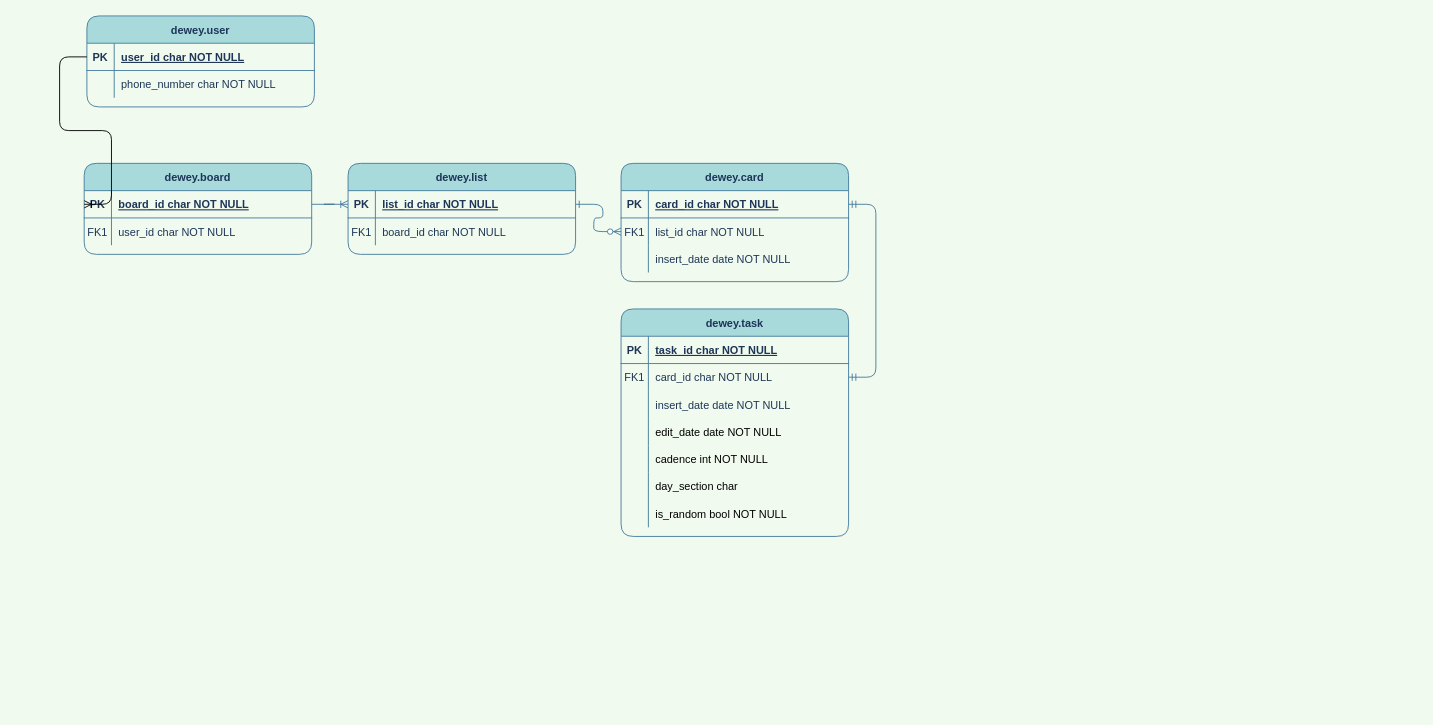
This is docs/dewey-db-schema.drawio from tmthyjames/dewey, a draw.io file, before an edit. Source tidied: cells renumbered, new cells numbered last; positions are measured from the earlier drawing's top-left corner, leaving out a move shared by most shapes. Both pictures are drawn from the tidied source at 91%, with x=0, y=0 at pixel (84, 15).
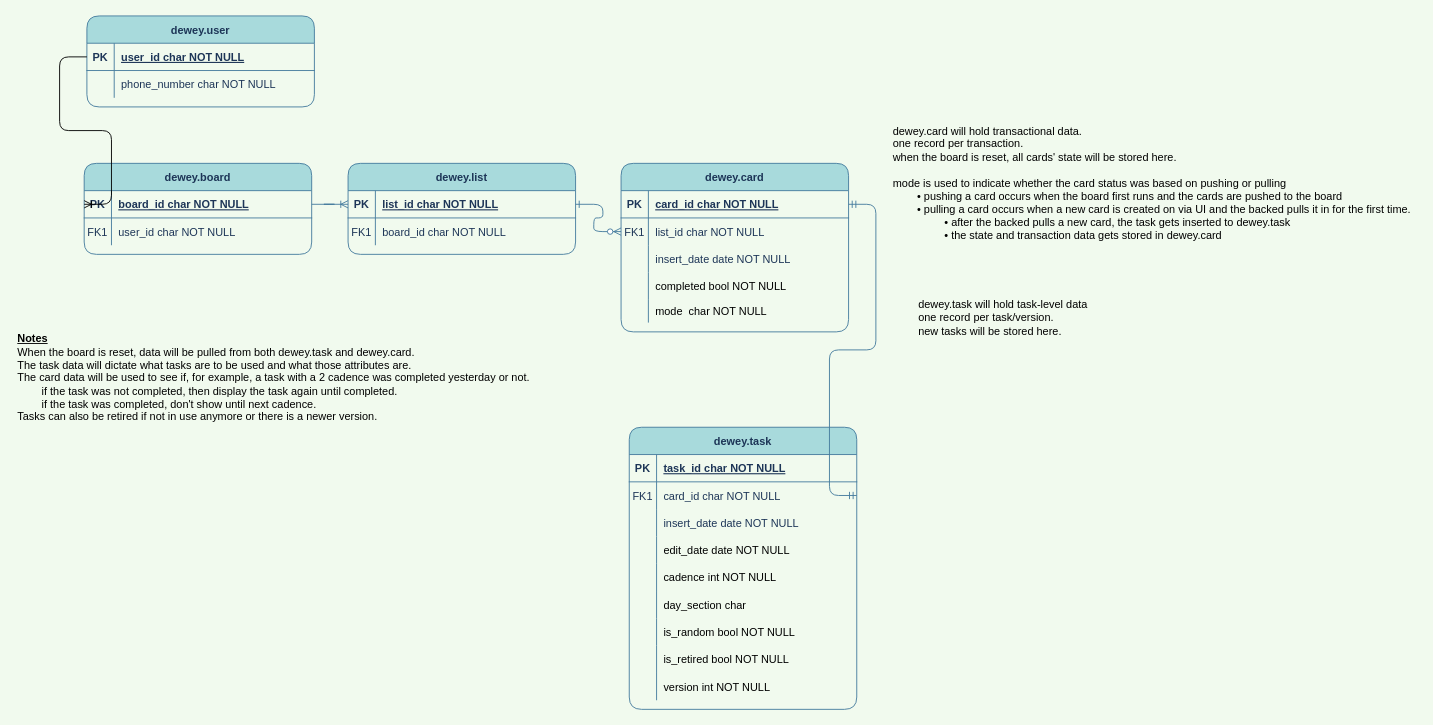
Above is the later version.

Commit message:
clean up code spacing, update db schema

The edit, as a diff of the source:
```diff
@@
     <mxCell id="3" value="dewey.card" style="shape=table;startSize=30;childLayout=tableLayout;rowLines=0;fontStyle=1;align=center;fillColor=#A8DADC;strokeColor=#457B9D;fontColor=#1D3557;rounded=1;" parent="1" vertex="1">
-      <mxGeometry x="590" y="162" width="250" height="130" as="geometry" />
+      <mxGeometry x="590" y="162" width="250" height="185.2" as="geometry" />
     </mxCell>
@@
+    <mxCell id="59" style="shape=partialRectangle;fillColor=none;top=0;left=0;bottom=0;right=0;" parent="3" vertex="1">
+      <mxGeometry y="120" width="250" height="30" as="geometry" />
+    </mxCell>
+    <mxCell id="60" style="shape=partialRectangle;fillColor=none;top=0;left=0;bottom=0;right=0;overflow=hidden;" parent="59" vertex="1">
+      <mxGeometry width="30" height="30" as="geometry" />
+    </mxCell>
+    <mxCell id="61" value="completed bool NOT NULL" style="shape=partialRectangle;fillColor=none;top=0;left=0;bottom=0;right=0;align=left;spacingLeft=6;overflow=hidden;" parent="59" vertex="1">
+      <mxGeometry x="30" width="220" height="30" as="geometry" />
+    </mxCell>
+    <mxCell id="62" style="shape=partialRectangle;fillColor=none;top=0;left=0;bottom=0;right=0;" parent="3" vertex="1">
+      <mxGeometry y="150" width="250" height="25" as="geometry" />
+    </mxCell>
+    <mxCell id="63" style="shape=partialRectangle;fillColor=none;top=0;left=0;bottom=0;right=0;overflow=hidden;" parent="62" vertex="1">
+      <mxGeometry width="30" height="25" as="geometry" />
+    </mxCell>
+    <mxCell id="64" value="mode  char NOT NULL" style="shape=partialRectangle;fillColor=none;top=0;left=0;bottom=0;right=0;align=left;spacingLeft=6;overflow=hidden;" parent="62" vertex="1">
+      <mxGeometry x="30" width="220" height="25" as="geometry" />
+    </mxCell>
     <mxCell id="13" value="dewey.task" style="shape=table;startSize=30;childLayout=tableLayout;rowLines=0;fontStyle=1;align=center;fillColor=#A8DADC;strokeColor=#457B9D;fontColor=#1D3557;rounded=1;" parent="1" vertex="1">
-      <mxGeometry x="590" y="322" width="250" height="250" as="geometry" />
+      <mxGeometry x="599" y="452" width="250" height="310" as="geometry" />
     </mxCell>
@@
+    <mxCell id="65" style="shape=partialRectangle;fillColor=none;top=0;left=0;bottom=0;right=0;" parent="13" vertex="1">
+      <mxGeometry y="240" width="250" height="30" as="geometry" />
+    </mxCell>
+    <mxCell id="66" style="shape=partialRectangle;fillColor=none;top=0;left=0;bottom=0;right=0;overflow=hidden;" parent="65" vertex="1">
+      <mxGeometry width="30" height="30" as="geometry" />
+    </mxCell>
+    <mxCell id="67" value="is_retired bool NOT NULL" style="shape=partialRectangle;fillColor=none;top=0;left=0;bottom=0;right=0;align=left;spacingLeft=6;overflow=hidden;" parent="65" vertex="1">
+      <mxGeometry x="30" width="220" height="30" as="geometry" />
+    </mxCell>
+    <mxCell id="68" style="shape=partialRectangle;fillColor=none;top=0;left=0;bottom=0;right=0;" parent="13" vertex="1">
+      <mxGeometry y="270" width="250" height="30" as="geometry" />
+    </mxCell>
+    <mxCell id="69" style="shape=partialRectangle;fillColor=none;top=0;left=0;bottom=0;right=0;overflow=hidden;" parent="68" vertex="1">
+      <mxGeometry width="30" height="30" as="geometry" />
+    </mxCell>
+    <mxCell id="70" value="version int NOT NULL" style="shape=partialRectangle;fillColor=none;top=0;left=0;bottom=0;right=0;align=left;spacingLeft=6;overflow=hidden;" parent="68" vertex="1">
+      <mxGeometry x="30" width="220" height="30" as="geometry" />
+    </mxCell>
@@
+    <mxCell id="71" value="dewey.card will hold transactional data.&lt;br&gt;one record per transaction.&lt;br&gt;when the board is reset, all cards' state will be stored here.&lt;br&gt;&lt;br&gt;mode is used to indicate whether the card status was based on pushing or pulling&lt;br&gt;&amp;nbsp; &amp;nbsp; &amp;nbsp; &amp;nbsp; • pushing a card occurs when the board first runs and the cards are pushed to the board&lt;br&gt;&amp;nbsp; &amp;nbsp; &amp;nbsp; &amp;nbsp; • pulling a card occurs when a new card is created on via UI and the backed pulls it in for the first time.&lt;br&gt;&amp;nbsp; &amp;nbsp; &amp;nbsp; &amp;nbsp; &amp;nbsp; &amp;nbsp; &amp;nbsp; &amp;nbsp; &amp;nbsp;• after the backed pulls a new card, the task gets inserted to dewey.task&lt;br&gt;&amp;nbsp; &amp;nbsp; &amp;nbsp; &amp;nbsp; &amp;nbsp; &amp;nbsp; &amp;nbsp; &amp;nbsp; &amp;nbsp;• the state and transaction data gets stored in dewey.card" style="text;html=1;align=left;verticalAlign=middle;" parent="1" vertex="1">
+      <mxGeometry x="887" y="121" width="579" height="126" as="geometry" />
+    </mxCell>
+    <mxCell id="72" value="dewey.task will hold task-level data&lt;br&gt;one record per task/version.&lt;br&gt;new tasks will be stored here.&amp;nbsp;" style="text;html=1;align=left;verticalAlign=middle;" parent="1" vertex="1">
+      <mxGeometry x="915" y="309" width="196" height="45" as="geometry" />
+    </mxCell>
+    <mxCell id="73" value="&lt;u style=&quot;font-weight: bold&quot;&gt;Notes&lt;/u&gt;&lt;br&gt;When the board is reset, data will be pulled from both dewey.task and dewey.card.&lt;br&gt;The task data will dictate what tasks are to be used and what those attributes are.&amp;nbsp;&lt;br&gt;The card data will be used to see if, for example, a task with a 2 cadence was completed yesterday or not.&lt;br&gt;&amp;nbsp; &amp;nbsp; &amp;nbsp; &amp;nbsp; if the task was not completed, then display the task again until completed.&lt;br&gt;&amp;nbsp; &amp;nbsp; &amp;nbsp; &amp;nbsp; if the task was completed, don't show until next cadence.&lt;br&gt;Tasks can also be retired if not in use anymore or there is a newer version.&amp;nbsp;" style="text;html=1;align=left;verticalAlign=middle;" parent="1" vertex="1">
+      <mxGeometry x="-75" y="348" width="573" height="99" as="geometry" />
+    </mxCell>
```
